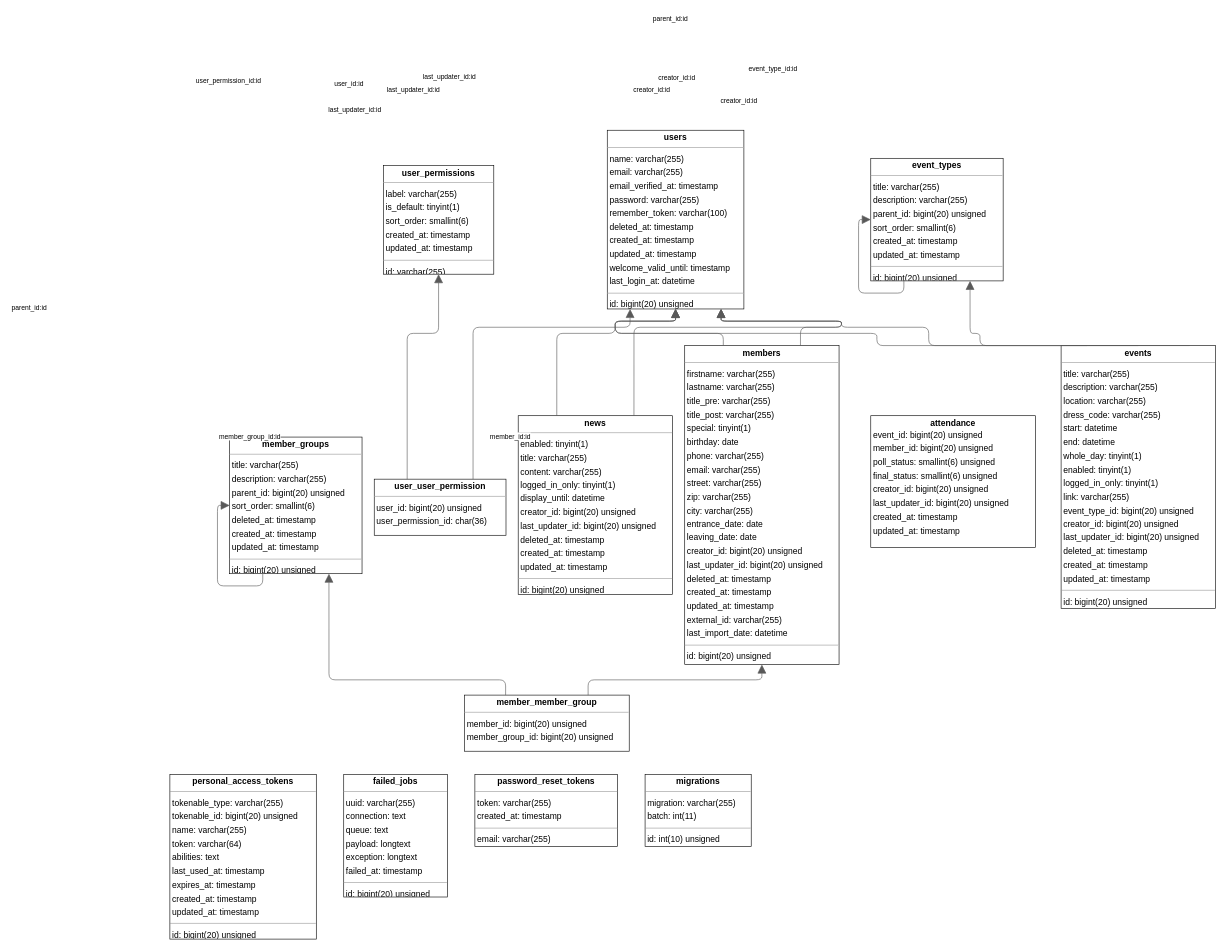
The draw.io diagram docs/fullDatabase.drawio in danielraab/club-manager, before the edit. Source tidied: cells renumbered, new cells numbered last; positions are measured from the earlier drawing's top-left corner, leaving out a move shared by most shapes. Both pictures are drawn from the tidied source at 61%, with x=0, y=0 at pixel (170, 130).
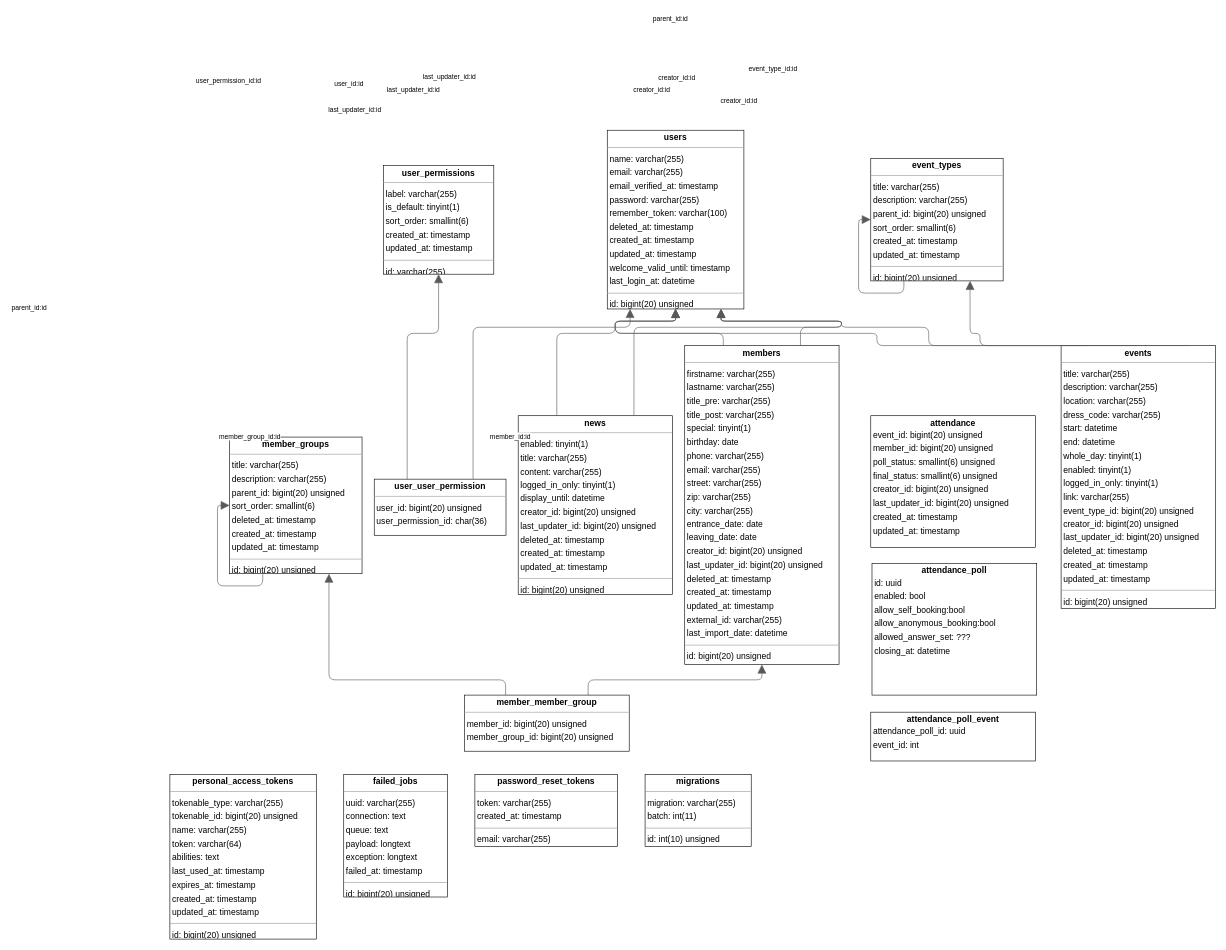
After the change.

What changed in the source:
```diff
@@
+    <mxCell id="42" value="&lt;p style=&quot;margin:0px;margin-top:4px;text-align:center;&quot;&gt;&lt;b&gt;attendance_poll&lt;/b&gt;&lt;/p&gt;&lt;p style=&quot;margin:0 0 0 4px;line-height:1.6;&quot;&gt;id: uuid&lt;/p&gt;&lt;p style=&quot;margin:0 0 0 4px;line-height:1.6;&quot;&gt;enabled: bool&lt;/p&gt;&lt;p style=&quot;margin:0 0 0 4px;line-height:1.6;&quot;&gt;allow_self_booking:bool&lt;/p&gt;&lt;p style=&quot;margin:0 0 0 4px;line-height:1.6;&quot;&gt;allow_anonymous_booking:bool&lt;/p&gt;&lt;p style=&quot;margin:0 0 0 4px;line-height:1.6;&quot;&gt;allowed_answer_set: ???&lt;/p&gt;&lt;p style=&quot;margin:0 0 0 4px;line-height:1.6;&quot;&gt;closing_at: datetime&lt;/p&gt;" style="verticalAlign=top;align=left;overflow=fill;fontSize=14;fontFamily=Helvetica;html=1;rounded=0;shadow=0;comic=0;labelBackgroundColor=none;strokeWidth=1;" parent="1" vertex="1">
+      <mxGeometry x="1151" y="710" width="270" height="216" as="geometry" />
+    </mxCell>
+    <mxCell id="43" value="&lt;p style=&quot;margin:0px;margin-top:4px;text-align:center;&quot;&gt;&lt;b&gt;attendance_poll_event&lt;/b&gt;&lt;/p&gt;&lt;p style=&quot;margin:0 0 0 4px;line-height:1.6;&quot;&gt;attendance_poll_id: uuid&lt;/p&gt;&lt;p style=&quot;margin:0 0 0 4px;line-height:1.6;&quot;&gt;event_id: int&lt;/p&gt;" style="verticalAlign=top;align=left;overflow=fill;fontSize=14;fontFamily=Helvetica;html=1;rounded=0;shadow=0;comic=0;labelBackgroundColor=none;strokeWidth=1;" parent="1" vertex="1">
+      <mxGeometry x="1149" y="954" width="270" height="80" as="geometry" />
+    </mxCell>
```
